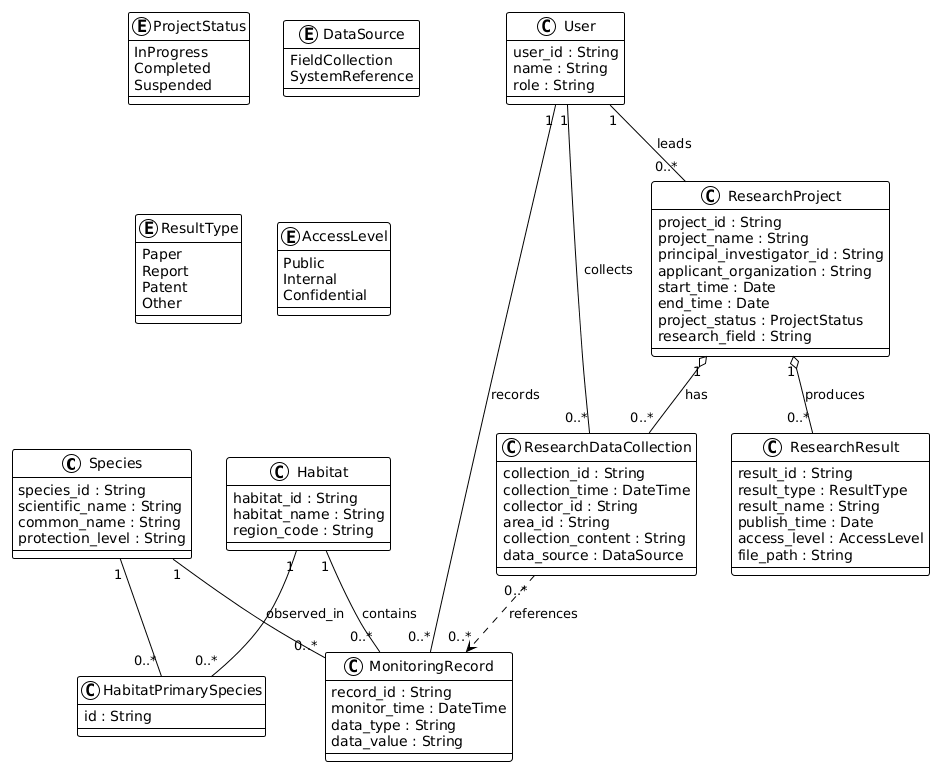
The PlantUML diagram docs/UML/research/research_uml_class_diagram.png in ziawerquart/national-park-management-system, before a commit.
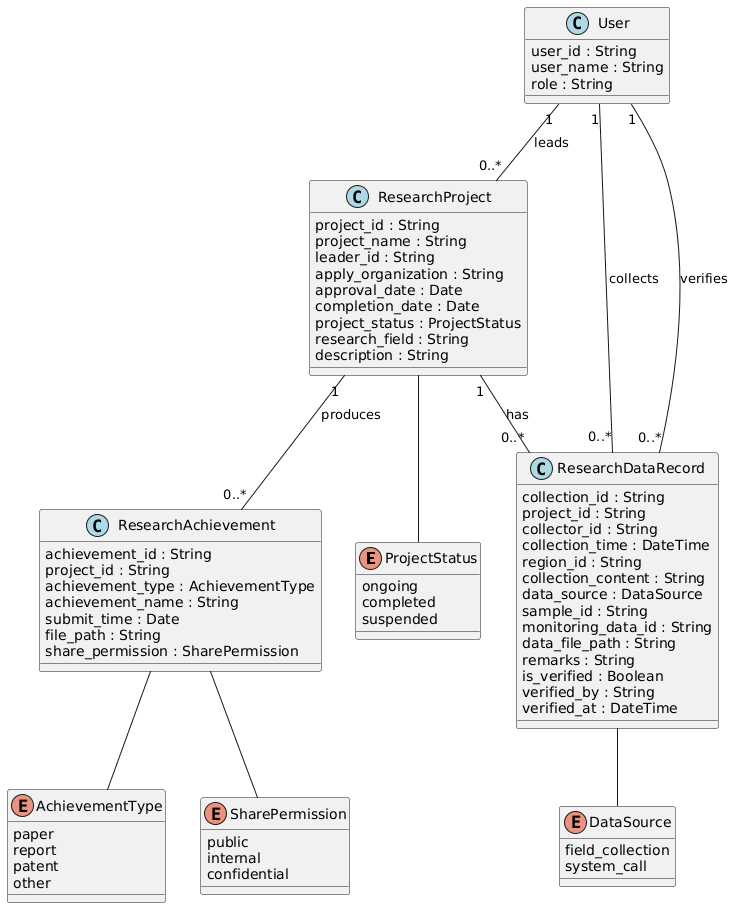
Later version of the same file.

What changed in the source:
```diff
@@ -1,106 +1,81 @@
 @startuml
-!theme plain
-skinparam classAttributeIconSize 0
-
-
-class Species {
-  species_id : String
-  scientific_name : String
-  common_name : String
-  protection_level : String
+enum ProjectStatus {
+  ongoing
+  completed
+  suspended
 }
 
-class Habitat {
-  habitat_id : String
-  habitat_name : String
-  region_code : String
+enum DataSource {
+  field_collection
+  system_call
 }
 
-class MonitoringRecord {
-  record_id : String
-  monitor_time : DateTime
-  data_type : String
-  data_value : String
+enum AchievementType {
+  paper
+  report
+  patent
+  other
 }
 
-class User {
+enum SharePermission {
+  public
+  internal
+  confidential
+}
+
+class User <<(C,lightblue)>> {
   user_id : String
-  name : String
+  user_name : String
   role : String
 }
 
-class HabitatPrimarySpecies {
-  id : String
+class ResearchProject <<(C,lightblue)>> {
+  project_id : String
+  project_name : String
+  leader_id : String
+  apply_organization : String
+  approval_date : Date
+  completion_date : Date
+  project_status : ProjectStatus
+  research_field : String
+  description : String
 }
 
-
-class ResearchProject {
+class ResearchDataRecord <<(C,lightblue)>> {
+  collection_id : String
   project_id : String
-  project_name : String
-  principal_investigator_id : String
-  applicant_organization : String
-  start_time : Date
-  end_time : Date
-  project_status : ProjectStatus
-  research_field : String
+  collector_id : String
+  collection_time : DateTime
+  region_id : String
+  collection_content : String
+  data_source : DataSource
+  sample_id : String
+  monitoring_data_id : String
+  data_file_path : String
+  remarks : String
+  is_verified : Boolean
+  verified_by : String
+  verified_at : DateTime
 }
 
-class ResearchDataCollection {
-  collection_id : String
-  collection_time : DateTime
-  collector_id : String
-  area_id : String
-  collection_content : String
-  data_source : DataSource
+class ResearchAchievement <<(C,lightblue)>> {
+  achievement_id : String
+  project_id : String
+  achievement_type : AchievementType
+  achievement_name : String
+  submit_time : Date
+  file_path : String
+  share_permission : SharePermission
 }
 
-class ResearchResult {
-  result_id : String
-  result_type : ResultType
-  result_name : String
-  publish_time : Date
-  access_level : AccessLevel
-  file_path : String
-}
+User "1" -- "0..*" ResearchProject : leads
+User "1" -- "0..*" ResearchDataRecord : collects
+User "1" -- "0..*" ResearchDataRecord : verifies
+ResearchProject "1" -- "0..*" ResearchDataRecord : has
+ResearchProject "1" -- "0..*" ResearchAchievement : produces
 
-
-enum ProjectStatus {
-  InProgress
-  Completed
-  Suspended
-}
-
-enum DataSource {
-  FieldCollection
-  SystemReference
-}
-
-enum ResultType {
-  Paper
-  Report
-  Patent
-  Other
-}
-
-enum AccessLevel {
-  Public
-  Internal
-  Confidential
-}
-
-
-Habitat "1" -- "0..*" MonitoringRecord : contains
-Species "1" -- "0..*" MonitoringRecord : observed_in
-Habitat "1" -- "0..*" HabitatPrimarySpecies
-Species "1" -- "0..*" HabitatPrimarySpecies
-
-User "1" -- "0..*" MonitoringRecord : records
-
-ResearchProject "1" o-- "0..*" ResearchDataCollection : has
-ResearchProject "1" o-- "0..*" ResearchResult : produces
-
-User "1" -- "0..*" ResearchProject : leads
-User "1" -- "0..*" ResearchDataCollection : collects
-
-ResearchDataCollection "0..*" ..> "0..*" MonitoringRecord : references
+ResearchProject -- ProjectStatus
+ResearchDataRecord -- DataSource
+ResearchAchievement -- AchievementType
+ResearchAchievement -- SharePermission
 @enduml
```
